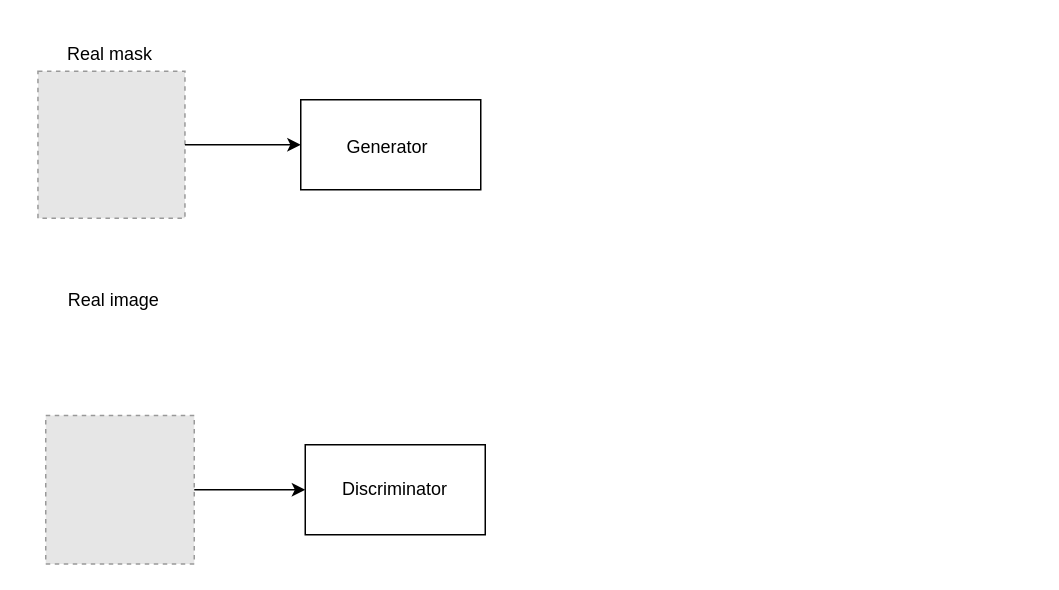
Earlier version of the draw.io diagram src/Conditional GAN.drawio (KamenDamov/IFT3710-Advanced-Project-in-ML-AI). Source tidied: cells renumbered, new cells numbered last; positions are measured from the earlier drawing's top-left corner, leaving out a move shared by most shapes. Both pictures are drawn from the tidied source at 150%, with x=0, y=0 at pixel (26, 32). Pictures stored in the file or linked from it are replaced by grey dashed boxes.
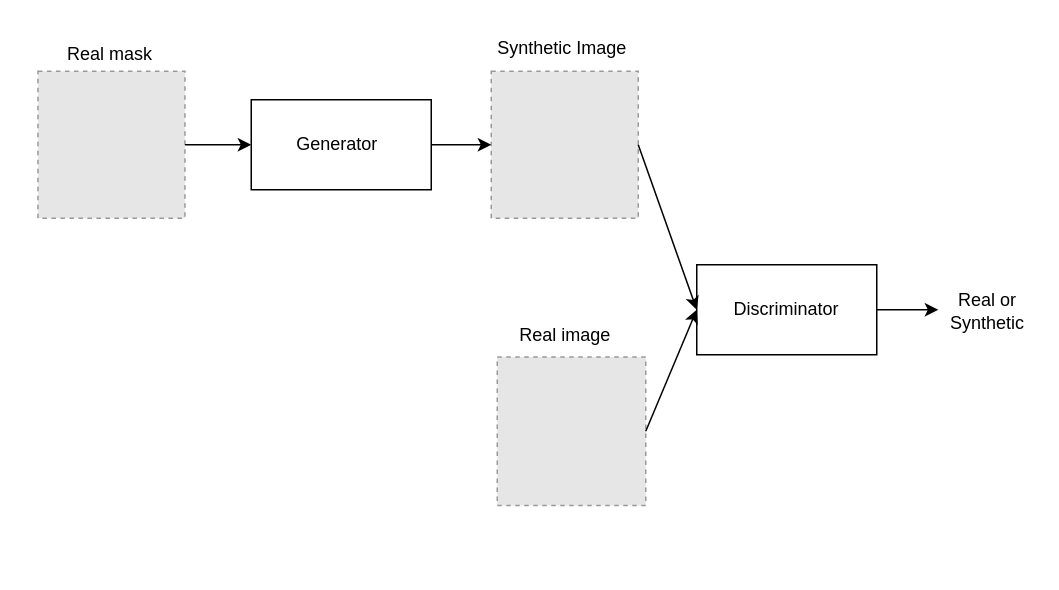
The same page after the edit.

The edit, as a diff of the source:
```diff
@@
 <mxGraphModel>
   <root>
     <mxCell id="0" />
     <mxCell id="1" parent="0" />
     <mxCell id="2" style="rounded=0;whiteSpace=wrap;html=1;" parent="1" vertex="1">
-      <mxGeometry x="183" y="45" width="120" height="60" as="geometry" />
+      <mxGeometry x="150" y="45" width="120" height="60" as="geometry" />
     </mxCell>
     <mxCell id="3" style="rounded=0;whiteSpace=wrap;html=1;" parent="1" vertex="1">
-      <mxGeometry x="186" y="275" width="120" height="60" as="geometry" />
+      <mxGeometry x="447" y="155" width="120" height="60" as="geometry" />
     </mxCell>
     <mxCell id="4" value="Generator" style="text;html=1;align=center;verticalAlign=middle;whiteSpace=wrap;rounded=0;" parent="1" vertex="1">
-      <mxGeometry x="211" y="62" width="60" height="30" as="geometry" />
+      <mxGeometry x="170" y="61.5" width="75" height="27" as="geometry" />
     </mxCell>
     <mxCell id="5" value="Discriminator" style="text;html=1;align=center;verticalAlign=middle;whiteSpace=wrap;rounded=0;" parent="1" vertex="1">
-      <mxGeometry x="193" y="289" width="106" height="32" as="geometry" />
+      <mxGeometry x="454" y="169" width="106" height="32" as="geometry" />
     </mxCell>
     <mxCell id="6" style="fillColor=#E6E6E6;strokeColor=#999999;dashed=1;verticalLabelPosition=bottom;labelBackgroundColor=default;verticalAlign=top;" parent="1" vertex="1">
-      <mxGeometry x="13" y="255.5" width="99" height="99" as="geometry" />
+      <mxGeometry x="314" y="216.5" width="99" height="99" as="geometry" />
     </mxCell>
     <mxCell id="7" value="Real image" style="text;html=1;align=center;verticalAlign=middle;whiteSpace=wrap;rounded=0;" parent="1" vertex="1">
-      <mxGeometry y="164" width="116.5" height="30" as="geometry" />
+      <mxGeometry x="300.8" y="186.5" width="116.5" height="30" as="geometry" />
     </mxCell>
     <mxCell id="8" style="fillColor=#E6E6E6;strokeColor=#999999;dashed=1;verticalLabelPosition=bottom;labelBackgroundColor=default;verticalAlign=top;" parent="1" vertex="1">
       <mxGeometry x="7.8" y="26" width="98" height="98" as="geometry" />
     </mxCell>
     <mxCell id="9" value="Real mask" style="text;html=1;align=center;verticalAlign=middle;whiteSpace=wrap;rounded=0;" parent="1" vertex="1">
       <mxGeometry x="7.8" width="96" height="30" as="geometry" />
     </mxCell>
     <mxCell id="10" style="endArrow=classic;html=1;rounded=0;exitX=1;exitY=0.5;exitDx=0;exitDy=0;entryX=0;entryY=0.5;entryDx=0;entryDy=0;" parent="1" edge="1" source="8" target="2">
       <mxGeometry relative="1" as="geometry" />
     </mxCell>
     <mxCell id="11" style="endArrow=classic;html=1;rounded=0;exitX=1;exitY=0.5;exitDx=0;exitDy=0;entryX=0;entryY=0.5;entryDx=0;entryDy=0;" parent="1" edge="1" source="6" target="3">
       <mxGeometry relative="1" as="geometry" />
     </mxCell>
+    <mxCell id="12" style="fillColor=#E6E6E6;strokeColor=#999999;dashed=1;verticalLabelPosition=bottom;labelBackgroundColor=default;verticalAlign=top;" parent="1" vertex="1">
+      <mxGeometry x="310" y="26" width="98" height="98" as="geometry" />
+    </mxCell>
+    <mxCell id="13" style="endArrow=classic;html=1;rounded=0;exitX=1;exitY=0.5;exitDx=0;exitDy=0;entryX=0;entryY=0.5;entryDx=0;entryDy=0;" parent="1" edge="1" source="2" target="12">
+      <mxGeometry relative="1" as="geometry" />
+    </mxCell>
+    <mxCell id="14" style="endArrow=classic;html=1;rounded=0;exitX=1;exitY=0.5;exitDx=0;exitDy=0;entryX=0;entryY=0.5;entryDx=0;entryDy=0;" parent="1" edge="1" source="12" target="3">
+      <mxGeometry relative="1" as="geometry" />
+    </mxCell>
+    <mxCell id="15" value="Synthetic Image" style="text;html=1;align=center;verticalAlign=middle;whiteSpace=wrap;rounded=0;" parent="1" vertex="1">
+      <mxGeometry x="307" y="-4" width="101" height="30" as="geometry" />
+    </mxCell>
+    <mxCell id="16" style="endArrow=classic;html=1;rounded=0;exitX=1;exitY=0.5;exitDx=0;exitDy=0;" parent="1" edge="1" source="3">
+      <mxGeometry relative="1" as="geometry">
+        <mxPoint x="608" y="185" as="targetPoint" />
+      </mxGeometry>
+    </mxCell>
+    <mxCell id="17" value="Real or Synthetic" style="text;html=1;align=center;verticalAlign=middle;whiteSpace=wrap;rounded=0;" parent="1" vertex="1">
+      <mxGeometry x="611" y="171" width="60" height="30" as="geometry" />
+    </mxCell>
   </root>
 </mxGraphModel>
```
